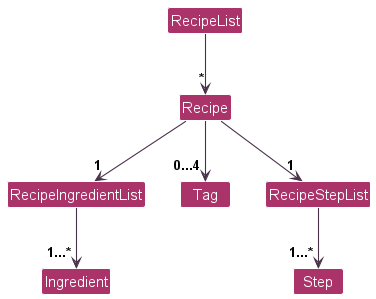
Before: docs/images/RecipeListClassDiagram.png, a diagram exported from PlantUML (nus-cs2113-AY2324S1/tp).
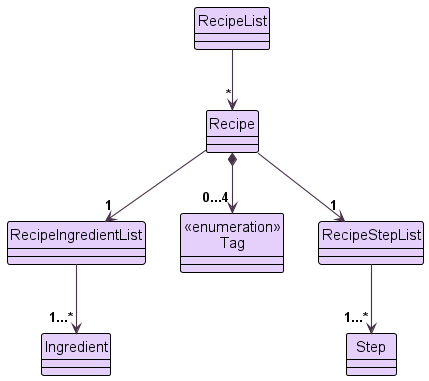
Above is the later version.

Commit message:
Add class diagram for ingredient list

Change to the diagram source:
```diff
@@ -7,7 +7,7 @@
 Class RecipeList
 Class Recipe
 Class RecipeIngredientList
-Class Tag
+Class "<<enumeration>>\nTag" as Tag
 Class RecipeStepList
 Class Ingredient
 Class Step
@@ -15,7 +15,7 @@
 RecipeList -down-> "*" Recipe
 
 Recipe -down-> "1" RecipeIngredientList
-Recipe -down-> "0...4" Tag
+Recipe *-down-> "0...4" Tag
 Recipe -down-> "1" RecipeStepList
 
 RecipeIngredientList -down-> "1...*" Ingredient
```
